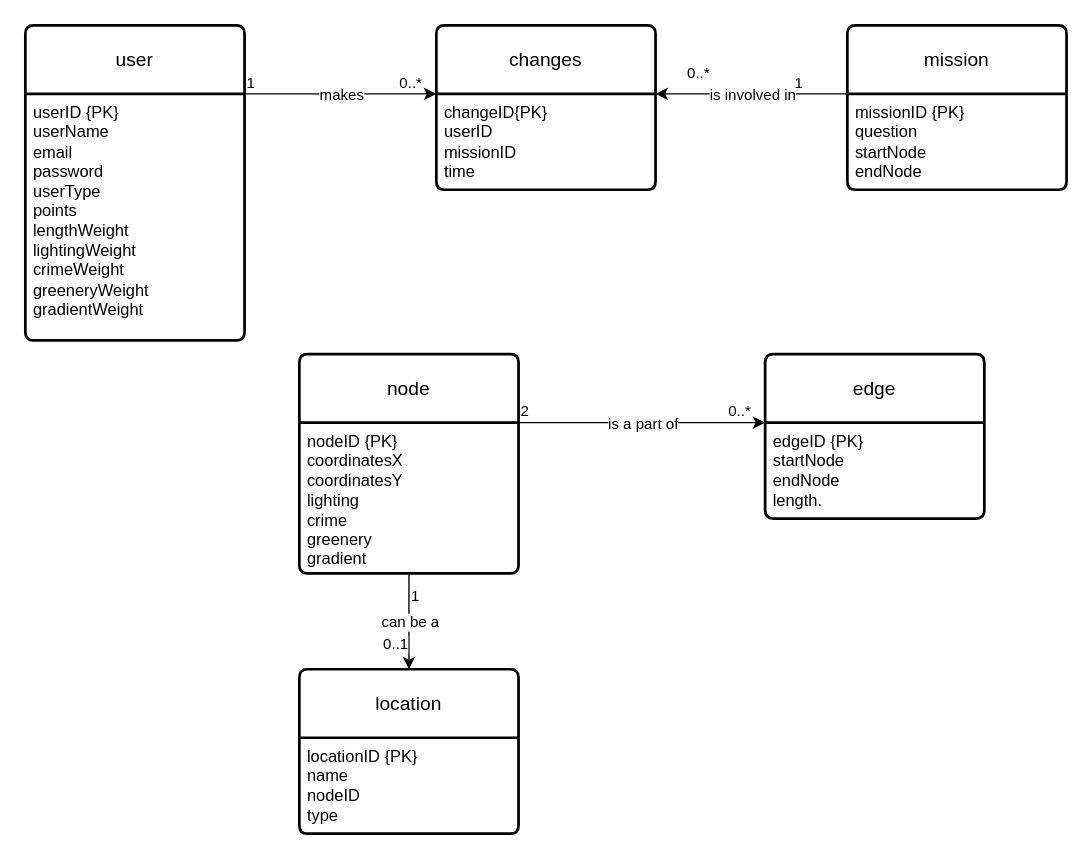
Before: WorkingDocument/database related files/uml.drawio in Ledwan123/Team-Project-DroppedAsATable, a draw.io diagram. Source tidied: cells renumbered, new cells numbered last; positions are measured from the earlier drawing's top-left corner, leaving out a move shared by most shapes. Both pictures are drawn from the tidied source at 137%, with x=0, y=0 at pixel (25, 25).
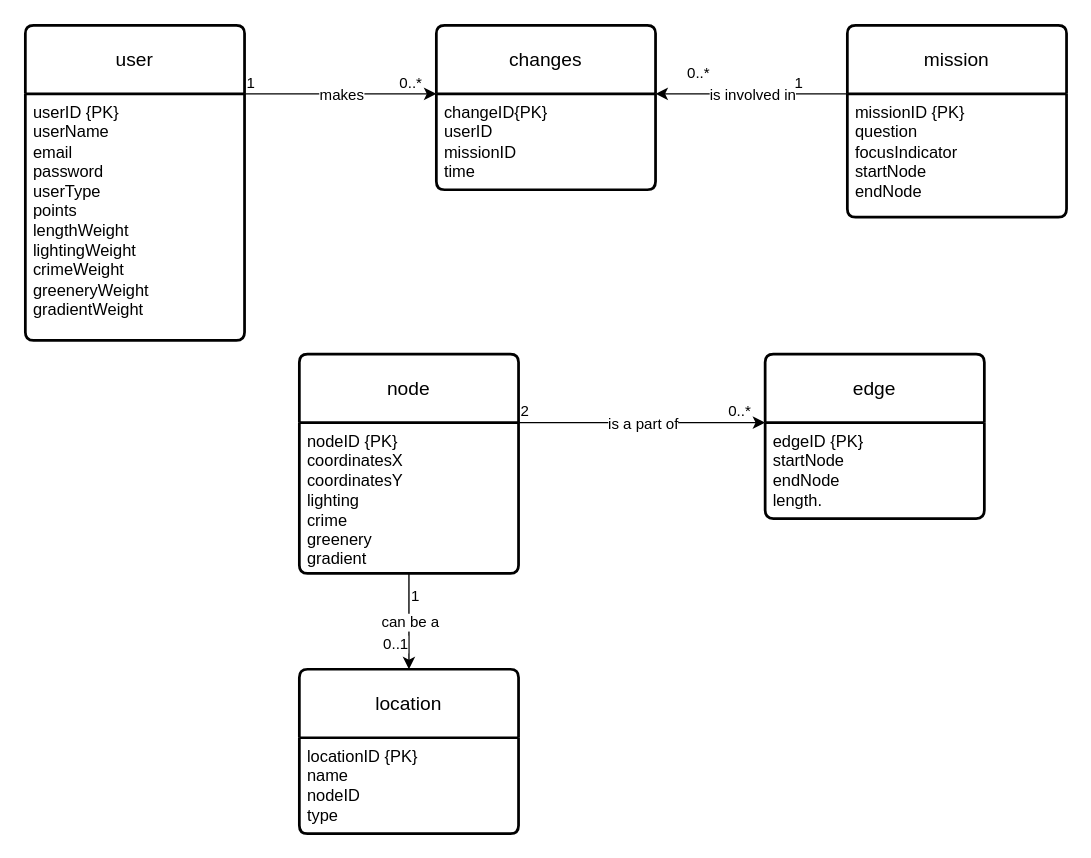
After the change.

Commit message (it also covers changes not shown here):
erd, documentation for the database and methods

The edit, as a diff of the source:
```diff
@@
     <mxCell id="4" value="mission" style="swimlane;horizontal=1;startSize=50;rounded=1;fontSize=14;fontStyle=0;strokeWidth=2;shadow=0;dashed=0;align=center;arcSize=4;whiteSpace=wrap;html=1;" parent="1" vertex="1">
-      <mxGeometry x="600" width="160" height="120" as="geometry" />
+      <mxGeometry x="600" width="160" height="140" as="geometry" />
     </mxCell>
-    <mxCell id="5" value="&lt;div&gt;missionID {PK}&lt;/div&gt;&lt;div&gt;question&lt;/div&gt;&lt;div&gt;startNode&lt;/div&gt;&lt;div&gt;endNode&lt;/div&gt;" style="align=left;strokeColor=none;fillColor=none;spacingLeft=4;spacingRight=4;fontSize=12;verticalAlign=top;html=1;whiteSpace=wrap;" parent="4" vertex="1">
-      <mxGeometry y="50" width="160" height="70" as="geometry" />
+    <mxCell id="5" value="&lt;div&gt;missionID {PK}&lt;/div&gt;&lt;div&gt;question&lt;/div&gt;&lt;div&gt;focusIndicator&lt;/div&gt;&lt;div&gt;startNode&lt;/div&gt;&lt;div&gt;endNode&lt;/div&gt;" style="align=left;strokeColor=none;fillColor=none;spacingLeft=4;spacingRight=4;fontSize=12;verticalAlign=top;html=1;whiteSpace=wrap;" parent="4" vertex="1">
+      <mxGeometry y="50" width="160" height="90" as="geometry" />
     </mxCell>
```
